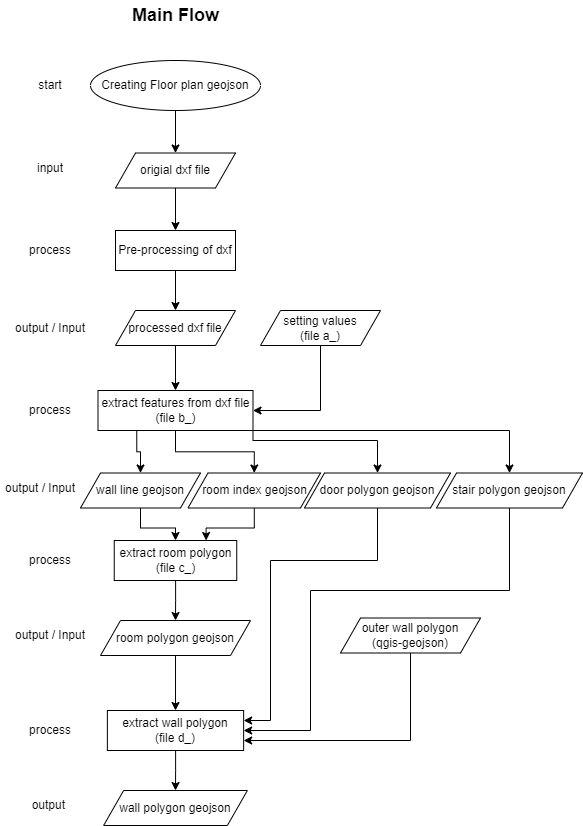
The draw.io diagram flow_chart.drawio.png in chungkang/L5IN_task1, before a commit. Source tidied: cells renumbered, new cells last; positions are measured from the earlier drawing's top-left corner, leaving out a move shared by most shapes.
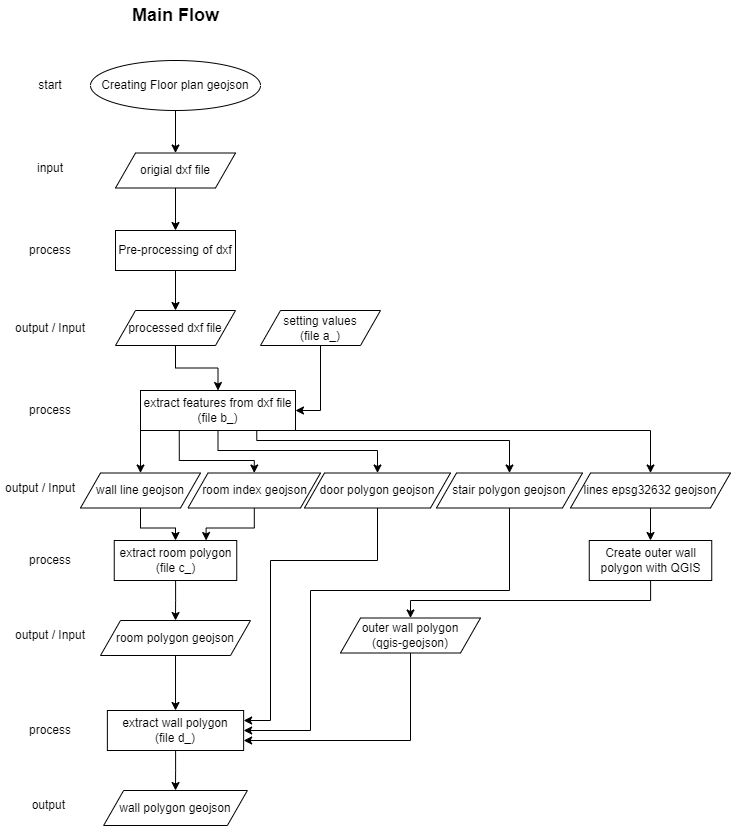
The same file after the commit.

Change to the diagram source:
```diff
@@ -47,29 +47,42 @@
     <mxCell id="16" value="setting values&lt;br&gt;(file a_)" style="shape=parallelogram;perimeter=parallelogramPerimeter;whiteSpace=wrap;html=1;fixedSize=1;" parent="1" vertex="1">
       <mxGeometry x="260" y="310" width="120" height="35" as="geometry" />
     </mxCell>
-    <mxCell id="17" style="edgeStyle=orthogonalEdgeStyle;rounded=0;jettySize=auto;html=1;entryX=0.5;entryY=0;entryDx=0;entryDy=0;fontSize=18;exitX=0.25;exitY=1;exitDx=0;exitDy=0;" parent="1" edge="1" source="21" target="24">
+    <mxCell id="17" style="edgeStyle=orthogonalEdgeStyle;rounded=0;jettySize=auto;html=1;entryX=0.5;entryY=0;entryDx=0;entryDy=0;fontSize=18;exitX=0;exitY=1;exitDx=0;exitDy=0;" parent="1" edge="1" source="21" target="24">
       <mxGeometry relative="1" as="geometry" />
     </mxCell>
-    <mxCell id="18" style="edgeStyle=orthogonalEdgeStyle;rounded=0;jettySize=auto;html=1;entryX=0.5;entryY=0;entryDx=0;entryDy=0;fontSize=18;" parent="1" edge="1" source="21" target="37">
-      <mxGeometry relative="1" as="geometry" />
+    <mxCell id="18" style="edgeStyle=orthogonalEdgeStyle;rounded=0;jettySize=auto;html=1;entryX=0.5;entryY=0;entryDx=0;entryDy=0;fontSize=18;exitX=0.25;exitY=1;exitDx=0;exitDy=0;" parent="1" edge="1" source="21" target="37">
+      <mxGeometry relative="1" as="geometry">
+        <Array as="points">
+          <mxPoint x="179" y="460" />
+          <mxPoint x="254" y="460" />
+        </Array>
+      </mxGeometry>
     </mxCell>
-    <mxCell id="19" style="edgeStyle=orthogonalEdgeStyle;rounded=0;jettySize=auto;html=1;entryX=0.5;entryY=0;entryDx=0;entryDy=0;fontSize=18;exitX=1;exitY=1;exitDx=0;exitDy=0;" parent="1" edge="1" source="21" target="39">
+    <mxCell id="19" style="edgeStyle=orthogonalEdgeStyle;rounded=0;jettySize=auto;html=1;entryX=0.5;entryY=0;entryDx=0;entryDy=0;fontSize=18;exitX=0.5;exitY=1;exitDx=0;exitDy=0;" parent="1" edge="1" source="21" target="39">
       <mxGeometry relative="1" as="geometry">
         <Array as="points">
-          <mxPoint x="253" y="440" />
-          <mxPoint x="377" y="440" />
+          <mxPoint x="218" y="450" />
+          <mxPoint x="377" y="450" />
         </Array>
       </mxGeometry>
     </mxCell>
-    <mxCell id="20" style="edgeStyle=orthogonalEdgeStyle;rounded=0;jettySize=auto;html=1;entryX=0.5;entryY=0;entryDx=0;entryDy=0;exitX=1;exitY=1;exitDx=0;exitDy=0;" parent="1" edge="1" source="21" target="43">
+    <mxCell id="20" style="edgeStyle=orthogonalEdgeStyle;rounded=0;jettySize=auto;html=1;entryX=0.5;entryY=0;entryDx=0;entryDy=0;exitX=0.75;exitY=1;exitDx=0;exitDy=0;" parent="1" edge="1" source="21" target="43">
       <mxGeometry relative="1" as="geometry">
         <Array as="points">
-          <mxPoint x="509" y="430" />
+          <mxPoint x="256" y="440" />
+          <mxPoint x="509" y="440" />
         </Array>
       </mxGeometry>
     </mxCell>
+    <mxCell id="45" style="edgeStyle=orthogonalEdgeStyle;rounded=0;jettySize=auto;html=1;entryX=0.5;entryY=0;entryDx=0;entryDy=0;exitX=1;exitY=1;exitDx=0;exitDy=0;" parent="1" edge="1" source="21" target="47">
+      <mxGeometry relative="1" as="geometry">
+        <Array as="points">
+          <mxPoint x="650" y="430" />
+        </Array>
+      </mxGeometry>
+    </mxCell>
     <mxCell id="21" value="extract features from dxf file&lt;br&gt;(file b_)" style="rounded=0;whiteSpace=wrap;html=1;" parent="1" vertex="1">
-      <mxGeometry x="97.5" y="390" width="155" height="40" as="geometry" />
+      <mxGeometry x="140" y="390" width="155" height="40" as="geometry" />
     </mxCell>
     <mxCell id="22" value="process" style="text;html=1;strokeColor=none;fillColor=none;align=center;verticalAlign=middle;whiteSpace=wrap;rounded=0;" parent="1" vertex="1">
       <mxGeometry x="20" y="395" width="60" height="30" as="geometry" />
@@ -152,5 +165,22 @@
     <mxCell id="44" value="output&amp;nbsp;" style="text;html=1;strokeColor=none;fillColor=none;align=center;verticalAlign=middle;whiteSpace=wrap;rounded=0;" parent="1" vertex="1">
       <mxGeometry x="10" y="790" width="80" height="30" as="geometry" />
     </mxCell>
+    <mxCell id="46" style="edgeStyle=orthogonalEdgeStyle;rounded=0;jettySize=auto;html=1;entryX=0.5;entryY=0;entryDx=0;entryDy=0;" parent="1" edge="1" source="47" target="49">
+      <mxGeometry relative="1" as="geometry" />
+    </mxCell>
+    <mxCell id="47" value="lines epsg32632 geojson" style="shape=parallelogram;perimeter=parallelogramPerimeter;whiteSpace=wrap;html=1;fixedSize=1;" parent="1" vertex="1">
+      <mxGeometry x="570" y="472.5" width="160" height="35" as="geometry" />
+    </mxCell>
+    <mxCell id="48" style="edgeStyle=orthogonalEdgeStyle;rounded=0;jettySize=auto;html=1;entryX=0.5;entryY=0;entryDx=0;entryDy=0;" parent="1" edge="1" source="49" target="33">
+      <mxGeometry relative="1" as="geometry">
+        <Array as="points">
+          <mxPoint x="650" y="600" />
+          <mxPoint x="410" y="600" />
+        </Array>
+      </mxGeometry>
+    </mxCell>
+    <mxCell id="49" value="Create outer wall polygon with QGIS" style="rounded=0;whiteSpace=wrap;html=1;" parent="1" vertex="1">
+      <mxGeometry x="588.8" y="540" width="122.5" height="40" as="geometry" />
+    </mxCell>
   </root>
 </mxGraphModel>
```
